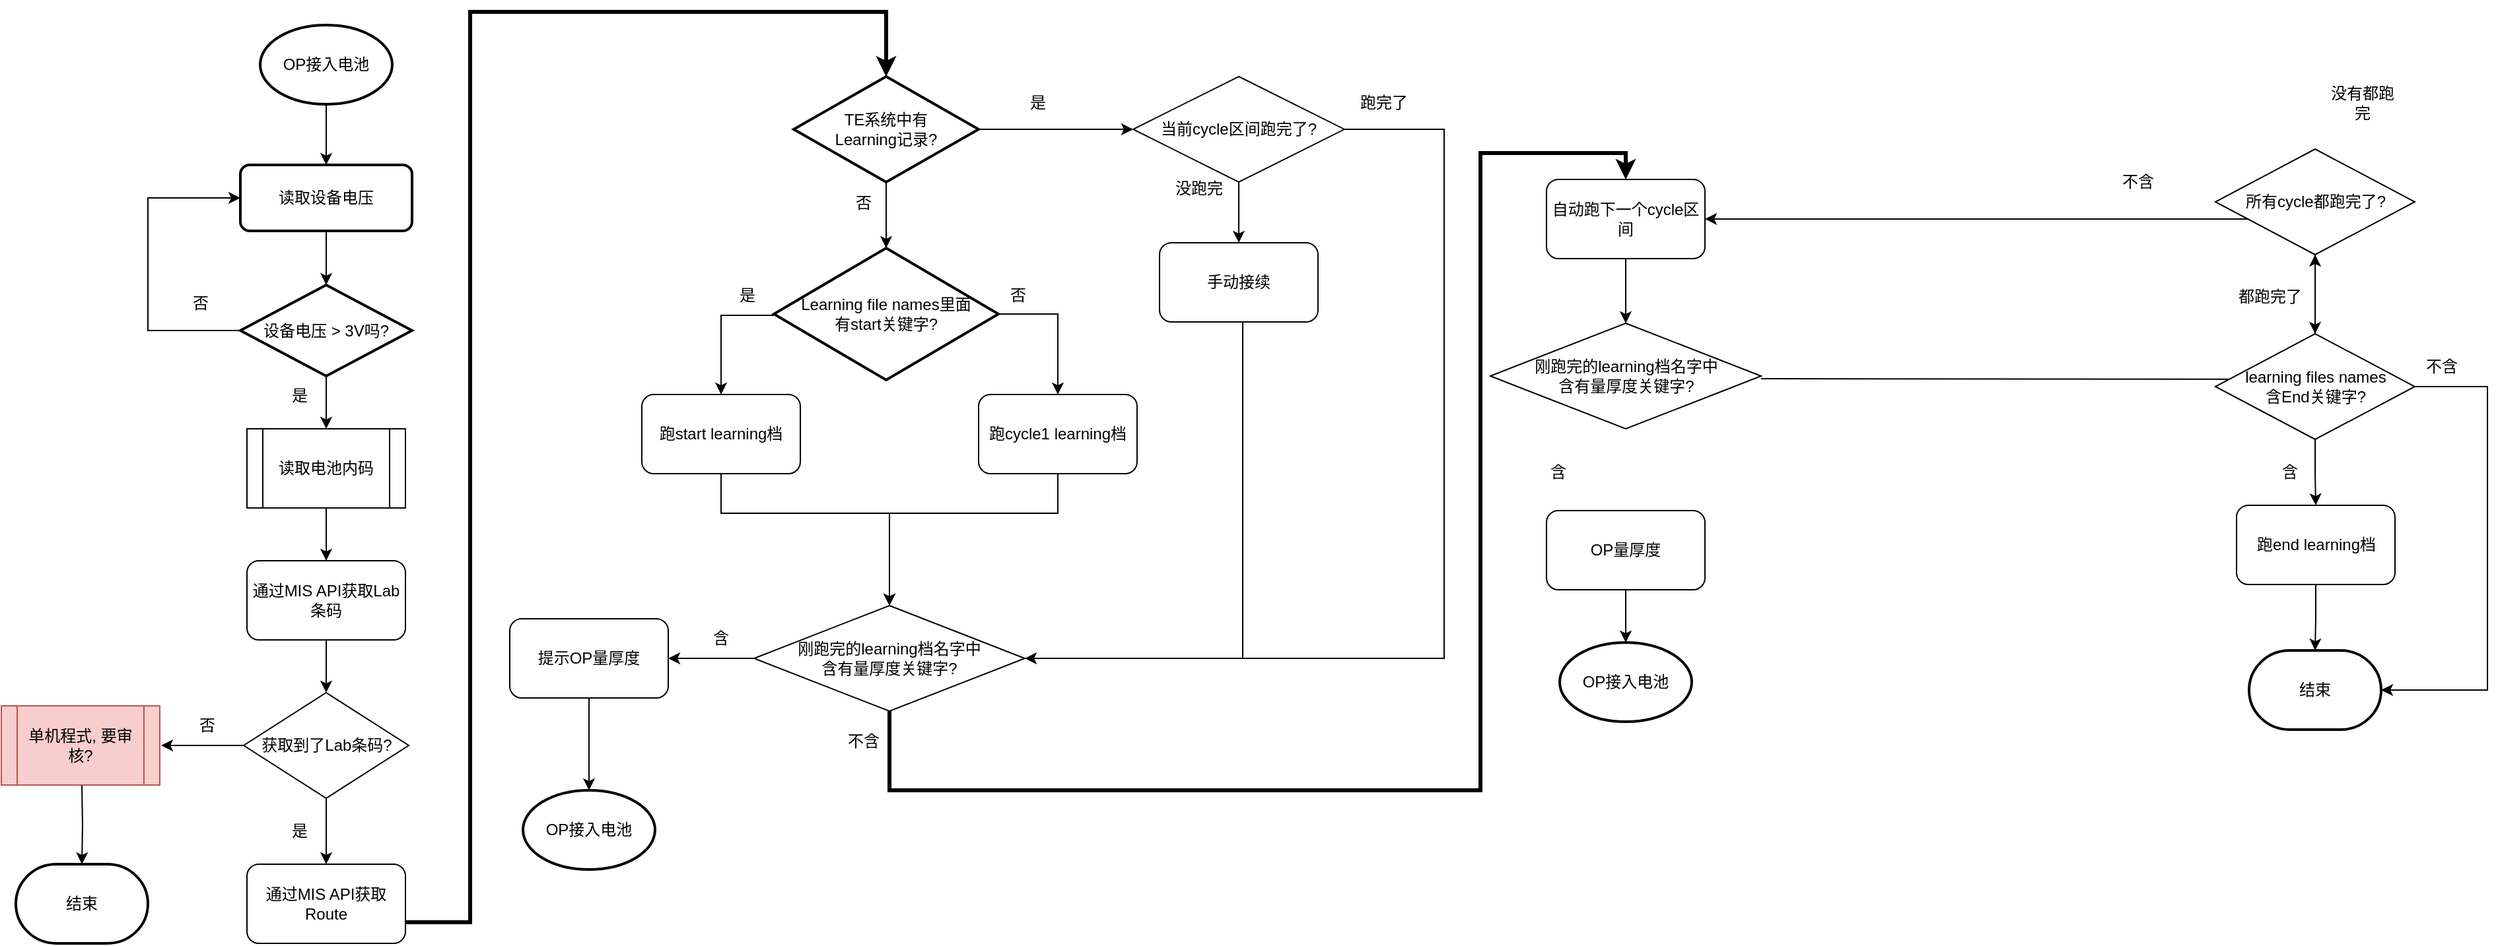
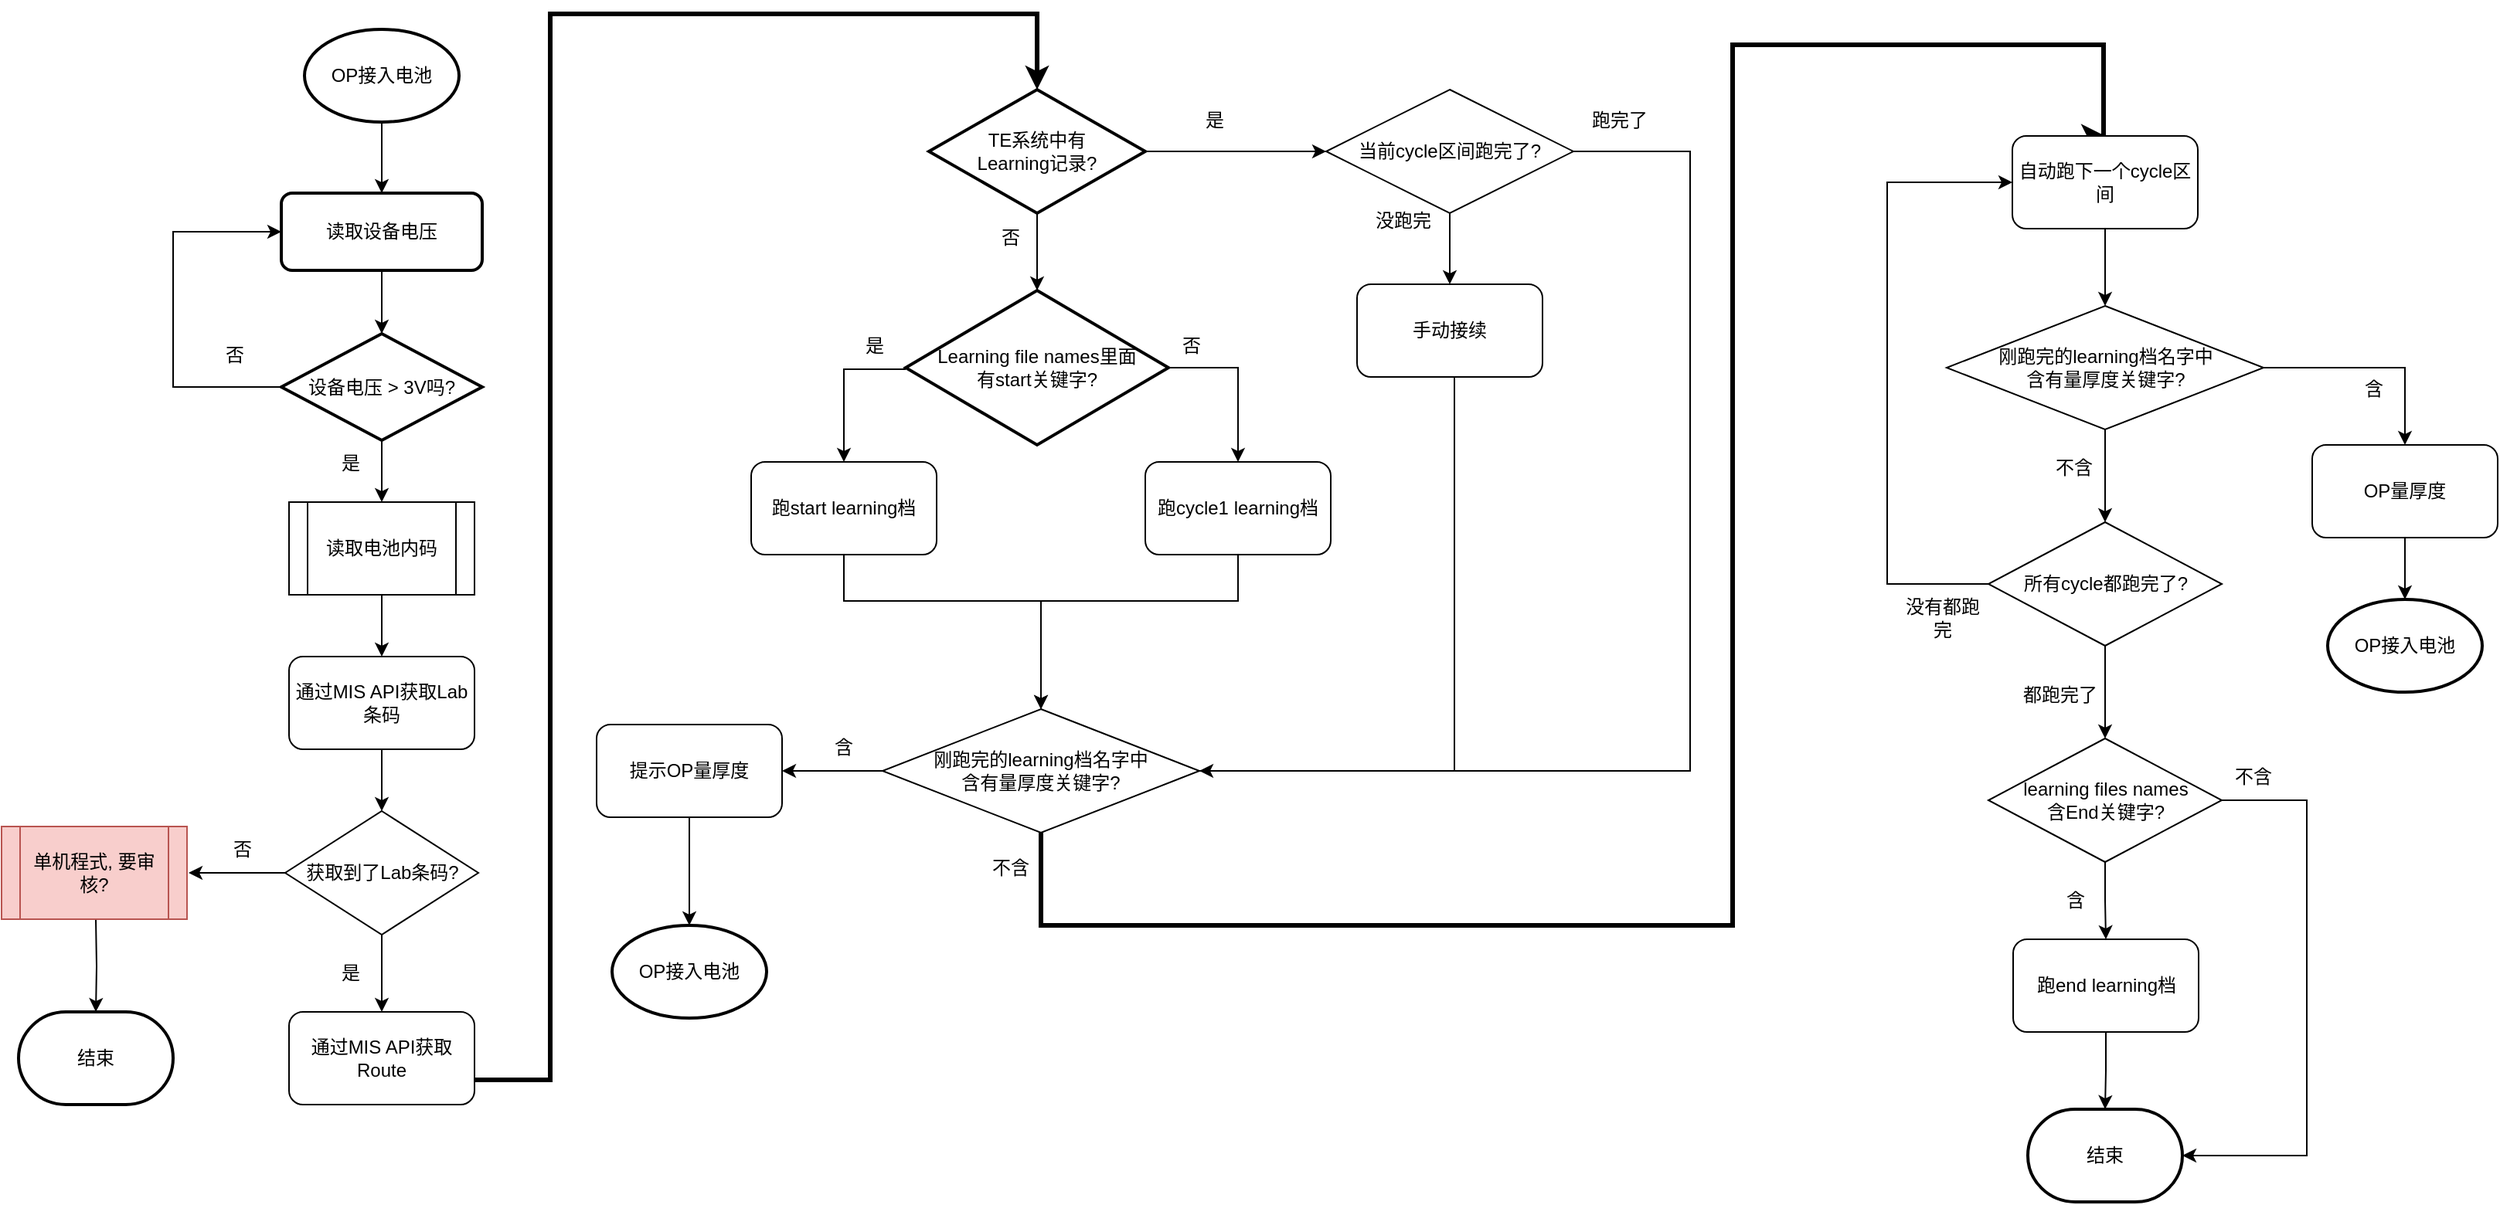
<mxfile host="app.diagrams.net">
  <diagram name="第 1 页" id="3HldnIOuQtLrwHUO-1mN">
-     <mxGraphModel dx="1384" dy="813" grid="1" gridSize="10" guides="1" tooltips="1" connect="1" arrows="1" fold="1" page="1" pageScale="1" pageWidth="1169" pageHeight="827" background="#FFFFFF" math="0" shadow="0">
+     <mxGraphModel dx="1546" dy="774" grid="1" gridSize="10" guides="1" tooltips="1" connect="1" arrows="1" fold="1" page="1" pageScale="1" pageWidth="1169" pageHeight="827" background="#FFFFFF" math="0" shadow="0">
      <root>
        <mxCell id="0" />
        <mxCell id="1" parent="0" />
        <mxCell id="qRa3hty1LtdxE0hFs_0w-8" edge="1" parent="1" source="qRa3hty1LtdxE0hFs_0w-4" style="edgeStyle=orthogonalEdgeStyle;rounded=0;orthogonalLoop=1;jettySize=auto;html=1;" target="qRa3hty1LtdxE0hFs_0w-6" value="">
          <mxGeometry relative="1" as="geometry" />
        </mxCell>
        <mxCell id="qRa3hty1LtdxE0hFs_0w-4" parent="1" style="strokeWidth=2;html=1;shape=mxgraph.flowchart.start_1;whiteSpace=wrap;" value="OP接入电池" vertex="1">
          <mxGeometry height="60" width="100" x="216" y="20" as="geometry" />
        </mxCell>
        <mxCell id="qRa3hty1LtdxE0hFs_0w-9" edge="1" parent="1" source="qRa3hty1LtdxE0hFs_0w-6" style="edgeStyle=orthogonalEdgeStyle;rounded=0;orthogonalLoop=1;jettySize=auto;html=1;" target="qRa3hty1LtdxE0hFs_0w-7" value="">
          <mxGeometry relative="1" as="geometry" />
        </mxCell>
        <mxCell id="qRa3hty1LtdxE0hFs_0w-6" parent="1" style="rounded=1;whiteSpace=wrap;html=1;absoluteArcSize=1;arcSize=14;strokeWidth=2;" value="读取设备电压" vertex="1">
          <mxGeometry height="50" width="130" x="201" y="126" as="geometry" />
        </mxCell>
        <mxCell id="qRa3hty1LtdxE0hFs_0w-14" edge="1" parent="1" source="qRa3hty1LtdxE0hFs_0w-7" style="edgeStyle=orthogonalEdgeStyle;rounded=0;orthogonalLoop=1;jettySize=auto;html=1;" target="qRa3hty1LtdxE0hFs_0w-13" value="">
          <mxGeometry relative="1" as="geometry" />
        </mxCell>
        <mxCell id="qRa3hty1LtdxE0hFs_0w-25" edge="1" parent="1" source="qRa3hty1LtdxE0hFs_0w-7" style="edgeStyle=orthogonalEdgeStyle;rounded=0;orthogonalLoop=1;jettySize=auto;html=1;entryX=0;entryY=0.5;entryDx=0;entryDy=0;" target="qRa3hty1LtdxE0hFs_0w-6">
          <mxGeometry relative="1" as="geometry">
            <Array as="points">
              <mxPoint x="131" y="252" />
              <mxPoint x="131" y="151" />
            </Array>
            <mxPoint x="411" y="146" as="targetPoint" />
          </mxGeometry>
        </mxCell>
        <mxCell id="qRa3hty1LtdxE0hFs_0w-7" parent="1" style="strokeWidth=2;html=1;shape=mxgraph.flowchart.decision;whiteSpace=wrap;" value="设备电压 &amp;gt; 3V吗?" vertex="1">
          <mxGeometry height="69" width="130" x="201" y="217" as="geometry" />
        </mxCell>
        <mxCell id="qRa3hty1LtdxE0hFs_0w-11" parent="1" style="text;html=1;whiteSpace=wrap;strokeColor=none;fillColor=none;align=center;verticalAlign=middle;rounded=0;" value="&lt;div&gt;否&lt;/div&gt;" vertex="1">
          <mxGeometry height="30" width="60" x="141" y="216" as="geometry" />
        </mxCell>
        <mxCell id="qRa3hty1LtdxE0hFs_0w-12" parent="1" style="text;html=1;whiteSpace=wrap;strokeColor=none;fillColor=none;align=center;verticalAlign=middle;rounded=0;" value="&lt;div&gt;是&lt;/div&gt;" vertex="1">
          <mxGeometry height="30" width="60" x="216" y="286" as="geometry" />
        </mxCell>
        <mxCell id="qRa3hty1LtdxE0hFs_0w-16" edge="1" parent="1" source="qRa3hty1LtdxE0hFs_0w-13" style="edgeStyle=orthogonalEdgeStyle;rounded=0;orthogonalLoop=1;jettySize=auto;html=1;" target="qRa3hty1LtdxE0hFs_0w-15" value="">
          <mxGeometry relative="1" as="geometry" />
        </mxCell>
        <mxCell id="qRa3hty1LtdxE0hFs_0w-13" parent="1" style="shape=process;whiteSpace=wrap;html=1;backgroundOutline=1;" value="读取电池内码" vertex="1">
          <mxGeometry height="60" width="120" x="206" y="326" as="geometry" />
        </mxCell>
        <mxCell id="qRa3hty1LtdxE0hFs_0w-20" edge="1" parent="1" source="qRa3hty1LtdxE0hFs_0w-15" style="edgeStyle=orthogonalEdgeStyle;rounded=0;orthogonalLoop=1;jettySize=auto;html=1;" target="qRa3hty1LtdxE0hFs_0w-19" value="">
          <mxGeometry relative="1" as="geometry" />
        </mxCell>
        <mxCell id="qRa3hty1LtdxE0hFs_0w-15" parent="1" style="rounded=1;whiteSpace=wrap;html=1;" value="通过MIS API获取Lab条码" vertex="1">
          <mxGeometry height="60" width="120" x="206" y="426" as="geometry" />
        </mxCell>
        <mxCell id="qRa3hty1LtdxE0hFs_0w-31" edge="1" parent="1" source="qRa3hty1LtdxE0hFs_0w-17" style="edgeStyle=orthogonalEdgeStyle;rounded=0;orthogonalLoop=1;jettySize=auto;html=1;entryX=0.5;entryY=0;entryDx=0;entryDy=0;entryPerimeter=0;strokeWidth=3;" target="qRa3hty1LtdxE0hFs_0w-30" value="">
          <mxGeometry relative="1" as="geometry">
            <Array as="points">
              <mxPoint x="375" y="700" />
              <mxPoint x="375" y="10" />
              <mxPoint x="690" y="10" />
            </Array>
          </mxGeometry>
        </mxCell>
        <mxCell id="qRa3hty1LtdxE0hFs_0w-17" parent="1" style="rounded=1;whiteSpace=wrap;html=1;" value="通过MIS API获取Route" vertex="1">
          <mxGeometry height="60" width="120" x="206" y="656" as="geometry" />
        </mxCell>
        <mxCell id="qRa3hty1LtdxE0hFs_0w-21" edge="1" parent="1" source="qRa3hty1LtdxE0hFs_0w-19" style="edgeStyle=orthogonalEdgeStyle;rounded=0;orthogonalLoop=1;jettySize=auto;html=1;" target="qRa3hty1LtdxE0hFs_0w-17" value="">
          <mxGeometry relative="1" as="geometry" />
        </mxCell>
        <mxCell id="qRa3hty1LtdxE0hFs_0w-27" edge="1" parent="1" source="qRa3hty1LtdxE0hFs_0w-19" style="edgeStyle=orthogonalEdgeStyle;rounded=0;orthogonalLoop=1;jettySize=auto;html=1;" value="">
          <mxGeometry relative="1" as="geometry">
            <mxPoint x="141" y="566" as="targetPoint" />
          </mxGeometry>
        </mxCell>
        <mxCell id="qRa3hty1LtdxE0hFs_0w-19" parent="1" style="rhombus;whiteSpace=wrap;html=1;" value="获取到了Lab条码?" vertex="1">
          <mxGeometry height="80" width="125" x="203.5" y="526" as="geometry" />
        </mxCell>
        <mxCell id="qRa3hty1LtdxE0hFs_0w-22" parent="1" style="text;html=1;whiteSpace=wrap;strokeColor=none;fillColor=none;align=center;verticalAlign=middle;rounded=0;" value="是" vertex="1">
          <mxGeometry height="30" width="60" x="216" y="616" as="geometry" />
        </mxCell>
        <mxCell id="qRa3hty1LtdxE0hFs_0w-29" edge="1" parent="1" style="edgeStyle=orthogonalEdgeStyle;rounded=0;orthogonalLoop=1;jettySize=auto;html=1;" target="qRa3hty1LtdxE0hFs_0w-28" value="">
          <mxGeometry relative="1" as="geometry">
            <mxPoint x="81" y="596" as="sourcePoint" />
          </mxGeometry>
        </mxCell>
        <mxCell id="qRa3hty1LtdxE0hFs_0w-26" parent="1" style="shape=process;whiteSpace=wrap;html=1;backgroundOutline=1;fillColor=#f8cecc;strokeColor=#b85450;" value="单机程式, 要审核?" vertex="1">
          <mxGeometry height="60" width="120" x="20" y="536" as="geometry" />
        </mxCell>
        <mxCell id="qRa3hty1LtdxE0hFs_0w-28" parent="1" style="strokeWidth=2;html=1;shape=mxgraph.flowchart.terminator;whiteSpace=wrap;" value="结束" vertex="1">
          <mxGeometry height="60" width="100" x="31" y="656" as="geometry" />
        </mxCell>
        <mxCell id="qRa3hty1LtdxE0hFs_0w-34" edge="1" parent="1" source="qRa3hty1LtdxE0hFs_0w-30" style="edgeStyle=orthogonalEdgeStyle;rounded=0;orthogonalLoop=1;jettySize=auto;html=1;" target="qRa3hty1LtdxE0hFs_0w-33" value="">
          <mxGeometry relative="1" as="geometry" />
        </mxCell>
        <mxCell id="qRa3hty1LtdxE0hFs_0w-38" edge="1" parent="1" source="qRa3hty1LtdxE0hFs_0w-30" style="edgeStyle=orthogonalEdgeStyle;rounded=0;orthogonalLoop=1;jettySize=auto;html=1;" target="qRa3hty1LtdxE0hFs_0w-37" value="">
          <mxGeometry relative="1" as="geometry" />
        </mxCell>
        <mxCell id="qRa3hty1LtdxE0hFs_0w-30" parent="1" style="strokeWidth=2;html=1;shape=mxgraph.flowchart.decision;whiteSpace=wrap;" value="&lt;div&gt;TE系统中有&lt;/div&gt;&lt;div&gt;Learning记录?&lt;/div&gt;" vertex="1">
          <mxGeometry height="80" width="140" x="620" y="59" as="geometry" />
        </mxCell>
        <mxCell id="qRa3hty1LtdxE0hFs_0w-45" edge="1" parent="1" source="qRa3hty1LtdxE0hFs_0w-33" style="edgeStyle=orthogonalEdgeStyle;rounded=0;orthogonalLoop=1;jettySize=auto;html=1;" target="qRa3hty1LtdxE0hFs_0w-44" value="">
          <mxGeometry relative="1" as="geometry">
            <Array as="points">
              <mxPoint x="565" y="240" />
            </Array>
          </mxGeometry>
        </mxCell>
        <mxCell id="qRa3hty1LtdxE0hFs_0w-67" edge="1" parent="1" source="qRa3hty1LtdxE0hFs_0w-33" style="edgeStyle=orthogonalEdgeStyle;rounded=0;orthogonalLoop=1;jettySize=auto;html=1;entryX=0.5;entryY=0;entryDx=0;entryDy=0;exitX=1;exitY=0.5;exitDx=0;exitDy=0;exitPerimeter=0;" target="qRa3hty1LtdxE0hFs_0w-66">
          <mxGeometry relative="1" as="geometry" />
        </mxCell>
        <mxCell id="qRa3hty1LtdxE0hFs_0w-33" parent="1" style="strokeWidth=2;html=1;shape=mxgraph.flowchart.decision;whiteSpace=wrap;" value="&lt;div&gt;Learning file names里面&lt;/div&gt;&lt;div&gt;有start关键字?&lt;/div&gt;" vertex="1">
          <mxGeometry height="100" width="170" x="605" y="189" as="geometry" />
        </mxCell>
        <mxCell id="qRa3hty1LtdxE0hFs_0w-35" parent="1" style="text;html=1;whiteSpace=wrap;strokeColor=none;fillColor=none;align=center;verticalAlign=middle;rounded=0;" value="否" vertex="1">
          <mxGeometry height="30" width="60" x="642.5" y="140" as="geometry" />
        </mxCell>
        <mxCell id="qRa3hty1LtdxE0hFs_0w-36" parent="1" style="text;html=1;whiteSpace=wrap;strokeColor=none;fillColor=none;align=center;verticalAlign=middle;rounded=0;" value="是" vertex="1">
          <mxGeometry height="30" width="60" x="775" y="64" as="geometry" />
        </mxCell>
        <mxCell id="qRa3hty1LtdxE0hFs_0w-40" edge="1" parent="1" source="qRa3hty1LtdxE0hFs_0w-37" style="edgeStyle=orthogonalEdgeStyle;rounded=0;orthogonalLoop=1;jettySize=auto;html=1;" target="qRa3hty1LtdxE0hFs_0w-39" value="">
          <mxGeometry relative="1" as="geometry" />
        </mxCell>
        <mxCell id="qRa3hty1LtdxE0hFs_0w-115" edge="1" parent="1" style="edgeStyle=orthogonalEdgeStyle;rounded=0;orthogonalLoop=1;jettySize=auto;html=1;entryX=1;entryY=0.5;entryDx=0;entryDy=0;">
          <mxGeometry relative="1" as="geometry">
            <Array as="points">
              <mxPoint x="1112.5" y="99" />
              <mxPoint x="1112.5" y="500" />
            </Array>
            <mxPoint x="1022.5" y="99" as="sourcePoint" />
            <mxPoint x="767.5" y="500" as="targetPoint" />
          </mxGeometry>
        </mxCell>
        <mxCell id="qRa3hty1LtdxE0hFs_0w-37" parent="1" style="rhombus;whiteSpace=wrap;html=1;" value="当前cycle区间跑完了?" vertex="1">
          <mxGeometry height="80" width="160" x="877" y="59" as="geometry" />
        </mxCell>
        <mxCell id="qRa3hty1LtdxE0hFs_0w-74" edge="1" parent="1" source="qRa3hty1LtdxE0hFs_0w-39" style="edgeStyle=orthogonalEdgeStyle;rounded=0;orthogonalLoop=1;jettySize=auto;html=1;entryX=1;entryY=0.5;entryDx=0;entryDy=0;exitX=0.5;exitY=1;exitDx=0;exitDy=0;" target="qRa3hty1LtdxE0hFs_0w-49">
          <mxGeometry relative="1" as="geometry">
            <Array as="points">
              <mxPoint x="960" y="245" />
              <mxPoint x="960" y="500" />
            </Array>
            <mxPoint x="1005" y="240" as="sourcePoint" />
          </mxGeometry>
        </mxCell>
        <mxCell id="qRa3hty1LtdxE0hFs_0w-39" parent="1" style="rounded=1;whiteSpace=wrap;html=1;" value="手动接续" vertex="1">
          <mxGeometry height="60" width="120" x="897" y="185" as="geometry" />
        </mxCell>
        <mxCell id="qRa3hty1LtdxE0hFs_0w-41" parent="1" style="text;html=1;whiteSpace=wrap;strokeColor=none;fillColor=none;align=center;verticalAlign=middle;rounded=0;" value="没跑完" vertex="1">
          <mxGeometry height="30" width="60" x="897" y="129" as="geometry" />
        </mxCell>
        <mxCell id="qRa3hty1LtdxE0hFs_0w-71" edge="1" parent="1" source="qRa3hty1LtdxE0hFs_0w-44" style="edgeStyle=orthogonalEdgeStyle;rounded=0;orthogonalLoop=1;jettySize=auto;html=1;entryX=0.5;entryY=0;entryDx=0;entryDy=0;" target="qRa3hty1LtdxE0hFs_0w-49">
          <mxGeometry relative="1" as="geometry">
            <Array as="points">
              <mxPoint x="565" y="390" />
              <mxPoint x="693" y="390" />
            </Array>
          </mxGeometry>
        </mxCell>
        <mxCell id="qRa3hty1LtdxE0hFs_0w-44" parent="1" style="rounded=1;whiteSpace=wrap;html=1;" value="跑start learning档" vertex="1">
          <mxGeometry height="60" width="120" x="505" y="300" as="geometry" />
        </mxCell>
        <mxCell id="qRa3hty1LtdxE0hFs_0w-46" parent="1" style="text;html=1;whiteSpace=wrap;strokeColor=none;fillColor=none;align=center;verticalAlign=middle;rounded=0;" value="是" vertex="1">
          <mxGeometry height="30" width="60" x="555" y="210" as="geometry" />
        </mxCell>
        <mxCell id="qRa3hty1LtdxE0hFs_0w-52" edge="1" parent="1" source="qRa3hty1LtdxE0hFs_0w-49" style="edgeStyle=orthogonalEdgeStyle;rounded=0;orthogonalLoop=1;jettySize=auto;html=1;" target="qRa3hty1LtdxE0hFs_0w-51" value="">
          <mxGeometry relative="1" as="geometry" />
        </mxCell>
        <mxCell id="qRa3hty1LtdxE0hFs_0w-129" edge="1" parent="1" source="qRa3hty1LtdxE0hFs_0w-49" style="edgeStyle=orthogonalEdgeStyle;rounded=0;orthogonalLoop=1;jettySize=auto;html=1;entryX=0.5;entryY=0;entryDx=0;entryDy=0;exitX=0.5;exitY=1;exitDx=0;exitDy=0;strokeWidth=3;" target="qRa3hty1LtdxE0hFs_0w-55">
          <mxGeometry relative="1" as="geometry">
            <Array as="points">
-               <mxPoint x="693" y="600" />
+               <mxPoint x="692" y="600" />
              <mxPoint x="1140" y="600" />
-               <mxPoint x="1140" y="117" />
-               <mxPoint x="1250" y="117" />
+               <mxPoint x="1140" y="30" />
+               <mxPoint x="1380" y="30" />
+               <mxPoint x="1380" y="89" />
            </Array>
          </mxGeometry>
        </mxCell>
        <mxCell id="qRa3hty1LtdxE0hFs_0w-49" parent="1" style="rhombus;whiteSpace=wrap;html=1;" value="&lt;div&gt;刚跑完的learning档名字中&lt;/div&gt;&lt;div&gt;含有量厚度关键字?&lt;/div&gt;" vertex="1">
          <mxGeometry height="80" width="205" x="590" y="460" as="geometry" />
        </mxCell>
        <mxCell id="qRa3hty1LtdxE0hFs_0w-102" edge="1" parent="1" source="qRa3hty1LtdxE0hFs_0w-51" style="edgeStyle=orthogonalEdgeStyle;rounded=0;orthogonalLoop=1;jettySize=auto;html=1;" target="qRa3hty1LtdxE0hFs_0w-101" value="">
          <mxGeometry relative="1" as="geometry" />
        </mxCell>
        <mxCell id="qRa3hty1LtdxE0hFs_0w-51" parent="1" style="rounded=1;whiteSpace=wrap;html=1;" value="提示OP量厚度" vertex="1">
          <mxGeometry height="60" width="120" x="405" y="470" as="geometry" />
        </mxCell>
        <mxCell id="qRa3hty1LtdxE0hFs_0w-53" parent="1" style="text;html=1;whiteSpace=wrap;strokeColor=none;fillColor=none;align=center;verticalAlign=middle;rounded=0;" value="&lt;div&gt;含&lt;/div&gt;" vertex="1">
          <mxGeometry height="30" width="60" x="535" y="470" as="geometry" />
        </mxCell>
-         <mxCell id="qRa3hty1LtdxE0hFs_0w-127" edge="1" parent="1" source="qRa3hty1LtdxE0hFs_0w-55" style="edgeStyle=orthogonalEdgeStyle;rounded=0;orthogonalLoop=1;jettySize=auto;html=1;" target="qRa3hty1LtdxE0hFs_0w-88" value="">
+         <mxCell id="qRa3hty1LtdxE0hFs_0w-130" edge="1" parent="1" source="qRa3hty1LtdxE0hFs_0w-55" style="edgeStyle=orthogonalEdgeStyle;rounded=0;orthogonalLoop=1;jettySize=auto;html=1;" target="qRa3hty1LtdxE0hFs_0w-88" value="">
          <mxGeometry relative="1" as="geometry" />
        </mxCell>
        <mxCell id="qRa3hty1LtdxE0hFs_0w-55" parent="1" style="rounded=1;whiteSpace=wrap;html=1;" value="自动跑下一个cycle区间" vertex="1">
-           <mxGeometry height="60" width="120" x="1190" y="137" as="geometry" />
+           <mxGeometry height="60" width="120" x="1321" y="89" as="geometry" />
        </mxCell>
        <mxCell id="qRa3hty1LtdxE0hFs_0w-57" parent="1" style="text;html=1;whiteSpace=wrap;strokeColor=none;fillColor=none;align=center;verticalAlign=middle;rounded=0;" value="否" vertex="1">
          <mxGeometry height="30" width="60" x="146" y="536" as="geometry" />
        </mxCell>
        <mxCell id="qRa3hty1LtdxE0hFs_0w-58" parent="1" style="text;html=1;whiteSpace=wrap;strokeColor=none;fillColor=none;align=center;verticalAlign=middle;rounded=0;" value="跑完了" vertex="1">
          <mxGeometry height="30" width="60" x="1037" y="64" as="geometry" />
        </mxCell>
        <mxCell id="qRa3hty1LtdxE0hFs_0w-73" edge="1" parent="1" source="qRa3hty1LtdxE0hFs_0w-66" style="edgeStyle=orthogonalEdgeStyle;rounded=0;orthogonalLoop=1;jettySize=auto;html=1;entryX=0.5;entryY=0;entryDx=0;entryDy=0;" target="qRa3hty1LtdxE0hFs_0w-49">
          <mxGeometry relative="1" as="geometry">
            <Array as="points">
              <mxPoint x="820" y="390" />
              <mxPoint x="693" y="390" />
            </Array>
          </mxGeometry>
        </mxCell>
        <mxCell id="qRa3hty1LtdxE0hFs_0w-66" parent="1" style="rounded=1;whiteSpace=wrap;html=1;" value="跑cycle1 learning档" vertex="1">
          <mxGeometry height="60" width="120" x="760" y="300" as="geometry" />
        </mxCell>
        <mxCell id="qRa3hty1LtdxE0hFs_0w-68" parent="1" style="text;html=1;whiteSpace=wrap;strokeColor=none;fillColor=none;align=center;verticalAlign=middle;rounded=0;" value="否" vertex="1">
          <mxGeometry height="30" width="60" x="760" y="210" as="geometry" />
        </mxCell>
        <mxCell id="qRa3hty1LtdxE0hFs_0w-75" parent="1" style="text;html=1;whiteSpace=wrap;strokeColor=none;fillColor=none;align=center;verticalAlign=middle;rounded=0;" value="不含" vertex="1">
          <mxGeometry height="30" width="60" x="642.5" y="548" as="geometry" />
        </mxCell>
-         <mxCell id="qRa3hty1LtdxE0hFs_0w-108" edge="1" parent="1" style="edgeStyle=orthogonalEdgeStyle;rounded=0;orthogonalLoop=1;jettySize=auto;html=1;" target="qRa3hty1LtdxE0hFs_0w-107" value="">
-           <mxGeometry relative="1" as="geometry">
-             <mxPoint x="1352.5" y="288" as="sourcePoint" />
-           </mxGeometry>
+         <mxCell id="qRa3hty1LtdxE0hFs_0w-132" edge="1" parent="1" source="qRa3hty1LtdxE0hFs_0w-88" style="edgeStyle=orthogonalEdgeStyle;rounded=0;orthogonalLoop=1;jettySize=auto;html=1;" target="qRa3hty1LtdxE0hFs_0w-91" value="">
+           <mxGeometry relative="1" as="geometry" />
+         </mxCell>
+         <mxCell id="qRa3hty1LtdxE0hFs_0w-134" edge="1" parent="1" source="qRa3hty1LtdxE0hFs_0w-88" style="edgeStyle=orthogonalEdgeStyle;rounded=0;orthogonalLoop=1;jettySize=auto;html=1;" target="qRa3hty1LtdxE0hFs_0w-107" value="">
+           <mxGeometry relative="1" as="geometry" />
        </mxCell>
        <mxCell id="qRa3hty1LtdxE0hFs_0w-88" parent="1" style="rhombus;whiteSpace=wrap;html=1;" value="&lt;div&gt;刚跑完的learning档名字中&lt;/div&gt;&lt;div&gt;含有量厚度关键字?&lt;/div&gt;" vertex="1">
-           <mxGeometry height="80" width="205" x="1147.5" y="246" as="geometry" />
+           <mxGeometry height="80" width="205" x="1278.5" y="199" as="geometry" />
        </mxCell>
        <mxCell id="qRa3hty1LtdxE0hFs_0w-104" edge="1" parent="1" source="qRa3hty1LtdxE0hFs_0w-91" style="edgeStyle=orthogonalEdgeStyle;rounded=0;orthogonalLoop=1;jettySize=auto;html=1;" target="qRa3hty1LtdxE0hFs_0w-103" value="">
          <mxGeometry relative="1" as="geometry" />
        </mxCell>
        <mxCell id="qRa3hty1LtdxE0hFs_0w-91" parent="1" style="rounded=1;whiteSpace=wrap;html=1;" value="OP量厚度" vertex="1">
-           <mxGeometry height="60" width="120" x="1190" y="388" as="geometry" />
+           <mxGeometry height="60" width="120" x="1515" y="289" as="geometry" />
        </mxCell>
        <mxCell id="qRa3hty1LtdxE0hFs_0w-93" parent="1" style="text;html=1;whiteSpace=wrap;strokeColor=none;fillColor=none;align=center;verticalAlign=middle;rounded=0;" value="含" vertex="1">
-           <mxGeometry height="30" width="60" x="1169" y="344" as="geometry" />
+           <mxGeometry height="30" width="60" x="1525" y="238" as="geometry" />
        </mxCell>
        <mxCell id="qRa3hty1LtdxE0hFs_0w-95" parent="1" style="text;html=1;whiteSpace=wrap;strokeColor=none;fillColor=none;align=center;verticalAlign=middle;rounded=0;" value="不含" vertex="1">
-           <mxGeometry height="30" width="60" x="1607.5" y="124" as="geometry" />
+           <mxGeometry height="30" width="60" x="1331" y="289" as="geometry" />
        </mxCell>
        <mxCell id="qRa3hty1LtdxE0hFs_0w-101" parent="1" style="strokeWidth=2;html=1;shape=mxgraph.flowchart.start_1;whiteSpace=wrap;" value="OP接入电池" vertex="1">
          <mxGeometry height="60" width="100" x="415" y="600" as="geometry" />
        </mxCell>
        <mxCell id="qRa3hty1LtdxE0hFs_0w-103" parent="1" style="strokeWidth=2;html=1;shape=mxgraph.flowchart.start_1;whiteSpace=wrap;" value="OP接入电池" vertex="1">
-           <mxGeometry height="60" width="100" x="1200" y="488" as="geometry" />
-         </mxCell>
-         <mxCell id="qRa3hty1LtdxE0hFs_0w-110" edge="1" parent="1" source="qRa3hty1LtdxE0hFs_0w-107" style="edgeStyle=orthogonalEdgeStyle;rounded=0;orthogonalLoop=1;jettySize=auto;html=1;entryX=1;entryY=0.5;entryDx=0;entryDy=0;" target="qRa3hty1LtdxE0hFs_0w-55">
-           <mxGeometry relative="1" as="geometry">
-             <Array as="points">
-               <mxPoint x="1537.5" y="167" />
-             </Array>
-           </mxGeometry>
+           <mxGeometry height="60" width="100" x="1525" y="389" as="geometry" />
        </mxCell>
        <mxCell id="qRa3hty1LtdxE0hFs_0w-118" edge="1" parent="1" source="qRa3hty1LtdxE0hFs_0w-107" style="edgeStyle=orthogonalEdgeStyle;rounded=0;orthogonalLoop=1;jettySize=auto;html=1;" target="qRa3hty1LtdxE0hFs_0w-117" value="">
          <mxGeometry relative="1" as="geometry" />
        </mxCell>
+         <mxCell id="qRa3hty1LtdxE0hFs_0w-135" edge="1" parent="1" source="qRa3hty1LtdxE0hFs_0w-107" style="edgeStyle=orthogonalEdgeStyle;rounded=0;orthogonalLoop=1;jettySize=auto;html=1;entryX=0;entryY=0.5;entryDx=0;entryDy=0;" target="qRa3hty1LtdxE0hFs_0w-55">
+           <mxGeometry relative="1" as="geometry">
+             <Array as="points">
+               <mxPoint x="1240" y="379" />
+               <mxPoint x="1240" y="119" />
+             </Array>
+             <mxPoint x="1250" y="140" as="targetPoint" />
+           </mxGeometry>
+         </mxCell>
        <mxCell id="qRa3hty1LtdxE0hFs_0w-107" parent="1" style="rhombus;whiteSpace=wrap;html=1;" value="所有cycle都跑完了?" vertex="1">
-           <mxGeometry height="80" width="151" x="1696.5" y="114" as="geometry" />
+           <mxGeometry height="80" width="151" x="1305.5" y="339" as="geometry" />
        </mxCell>
        <mxCell id="qRa3hty1LtdxE0hFs_0w-111" parent="1" style="text;html=1;whiteSpace=wrap;strokeColor=none;fillColor=none;align=center;verticalAlign=middle;rounded=0;" value="没有都跑完" vertex="1">
-           <mxGeometry height="30" width="60" x="1777.5" y="64" as="geometry" />
+           <mxGeometry height="30" width="60" x="1245.5" y="386" as="geometry" />
        </mxCell>
        <mxCell id="qRa3hty1LtdxE0hFs_0w-112" parent="1" style="strokeWidth=2;html=1;shape=mxgraph.flowchart.terminator;whiteSpace=wrap;" value="结束" vertex="1">
-           <mxGeometry height="60" width="100" x="1722" y="494" as="geometry" />
+           <mxGeometry height="60" width="100" x="1331" y="719" as="geometry" />
        </mxCell>
        <mxCell id="qRa3hty1LtdxE0hFs_0w-114" parent="1" style="text;html=1;whiteSpace=wrap;strokeColor=none;fillColor=none;align=center;verticalAlign=middle;rounded=0;" value="都跑完了" vertex="1">
-           <mxGeometry height="30" width="60" x="1707.5" y="211" as="geometry" />
+           <mxGeometry height="30" width="60" x="1322" y="436" as="geometry" />
        </mxCell>
        <mxCell id="qRa3hty1LtdxE0hFs_0w-122" edge="1" parent="1" source="qRa3hty1LtdxE0hFs_0w-117" style="edgeStyle=orthogonalEdgeStyle;rounded=0;orthogonalLoop=1;jettySize=auto;html=1;" target="qRa3hty1LtdxE0hFs_0w-120" value="">
          <mxGeometry relative="1" as="geometry" />
        </mxCell>
        <mxCell id="qRa3hty1LtdxE0hFs_0w-117" parent="1" style="rhombus;whiteSpace=wrap;html=1;" value="&lt;div&gt;learning files names&lt;/div&gt;&lt;div&gt;含End关键字?&lt;/div&gt;" vertex="1">
-           <mxGeometry height="80" width="151" x="1696.5" y="254" as="geometry" />
+           <mxGeometry height="80" width="151" x="1305.5" y="479" as="geometry" />
        </mxCell>
        <mxCell id="qRa3hty1LtdxE0hFs_0w-121" edge="1" parent="1" source="qRa3hty1LtdxE0hFs_0w-120" style="edgeStyle=orthogonalEdgeStyle;rounded=0;orthogonalLoop=1;jettySize=auto;html=1;" target="qRa3hty1LtdxE0hFs_0w-112" value="">
          <mxGeometry relative="1" as="geometry" />
        </mxCell>
        <mxCell id="qRa3hty1LtdxE0hFs_0w-120" parent="1" style="rounded=1;whiteSpace=wrap;html=1;" value="跑end learning档" vertex="1">
-           <mxGeometry height="60" width="120" x="1712.5" y="384" as="geometry" />
+           <mxGeometry height="60" width="120" x="1321.5" y="609" as="geometry" />
        </mxCell>
        <mxCell id="qRa3hty1LtdxE0hFs_0w-123" parent="1" style="text;html=1;whiteSpace=wrap;strokeColor=none;fillColor=none;align=center;verticalAlign=middle;rounded=0;" value="含" vertex="1">
-           <mxGeometry height="30" width="60" x="1722.5" y="344" as="geometry" />
+           <mxGeometry height="30" width="60" x="1331.5" y="569" as="geometry" />
        </mxCell>
        <mxCell id="qRa3hty1LtdxE0hFs_0w-124" edge="1" parent="1" source="qRa3hty1LtdxE0hFs_0w-117" style="edgeStyle=orthogonalEdgeStyle;rounded=0;orthogonalLoop=1;jettySize=auto;html=1;entryX=1;entryY=0.5;entryDx=0;entryDy=0;entryPerimeter=0;" target="qRa3hty1LtdxE0hFs_0w-112">
          <mxGeometry relative="1" as="geometry">
            <Array as="points">
-               <mxPoint x="1902.5" y="294" />
-               <mxPoint x="1902.5" y="524" />
+               <mxPoint x="1511.5" y="519" />
+               <mxPoint x="1511.5" y="749" />
            </Array>
          </mxGeometry>
        </mxCell>
        <mxCell id="qRa3hty1LtdxE0hFs_0w-125" parent="1" style="text;html=1;whiteSpace=wrap;strokeColor=none;fillColor=none;align=center;verticalAlign=middle;rounded=0;" value="不含" vertex="1">
-           <mxGeometry height="30" width="60" x="1837.5" y="264" as="geometry" />
+           <mxGeometry height="30" width="60" x="1446.5" y="489" as="geometry" />
        </mxCell>
      </root>
    </mxGraphModel>
  </diagram>
</mxfile>
